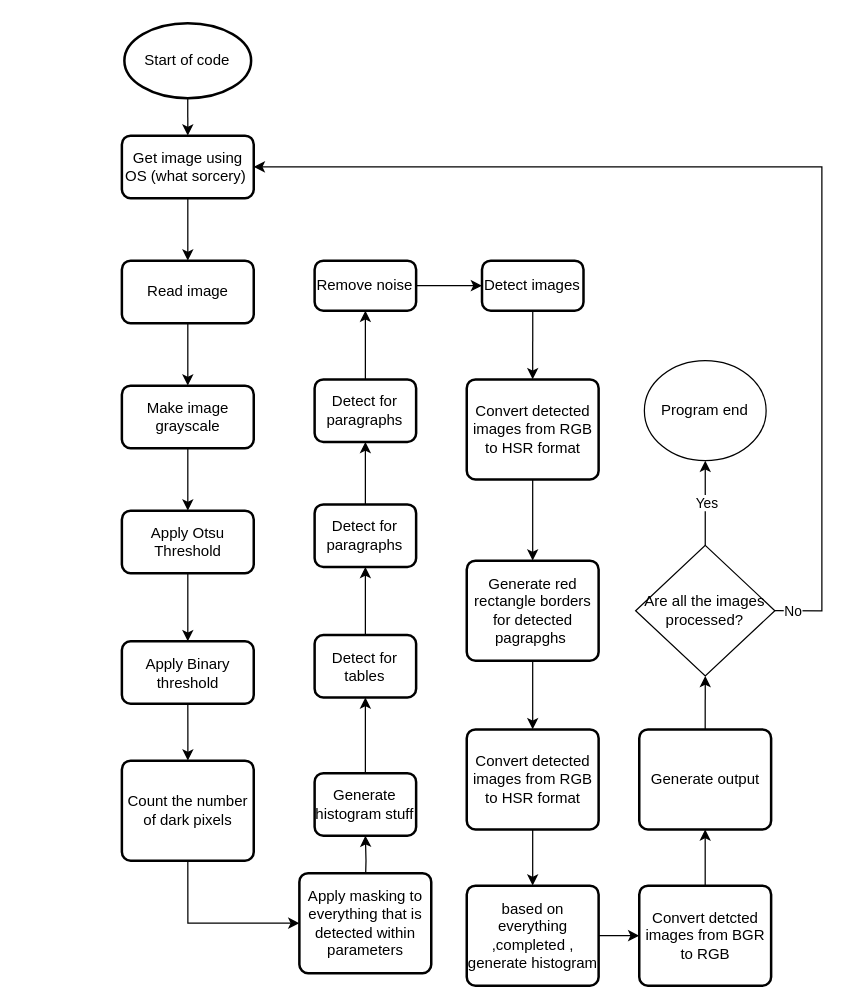
The draw.io diagram task_b/flowchart_for_code.drawio in l4n1skyy/DIP_CW1, before the edit. Source tidied: cells renumbered, new cells numbered last; positions are measured from the earlier drawing's top-left corner, leaving out a move shared by most shapes. Both pictures are drawn from the tidied source at 125%, with x=0, y=0 at pixel (121, 22).
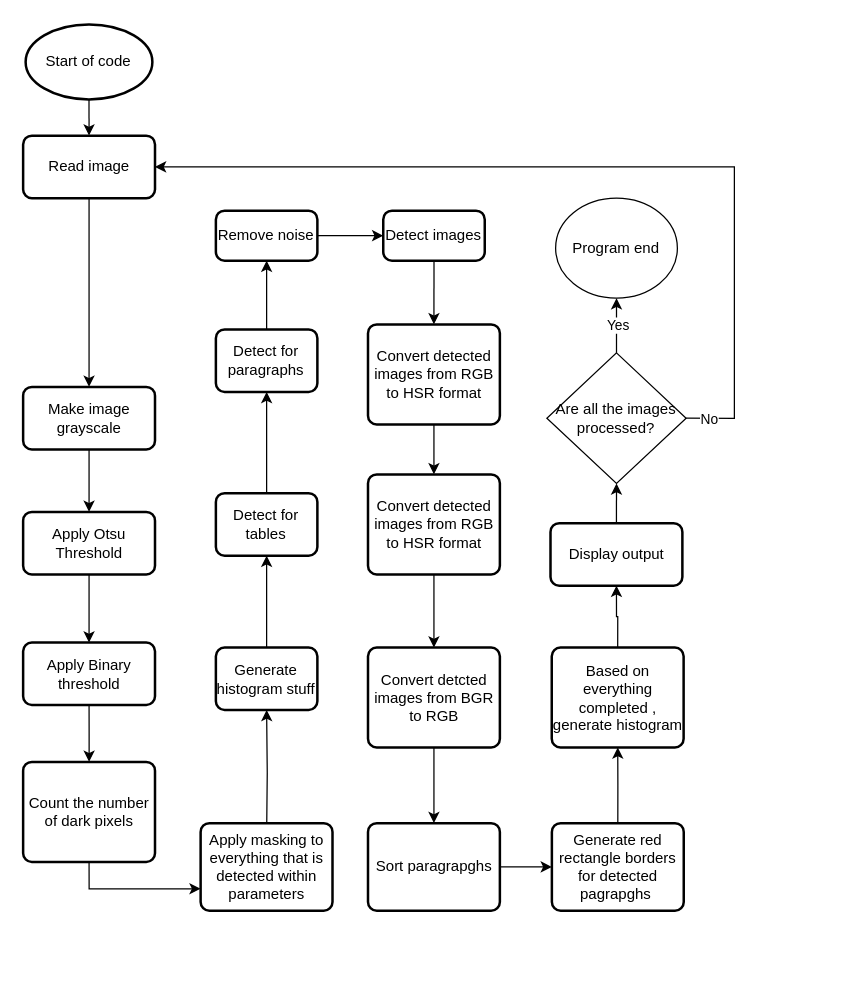
The same diagram, later.

Commit message (it also covers changes not shown here):
this should be the final debugging, sequence corrected

The edit, as a diff of the source:
```diff
@@
-    <mxCell id="2" style="group;" parent="1" vertex="1">
-      <mxGeometry width="560" height="770" as="geometry" />
-    </mxCell>
+    <mxCell id="49" style="edgeStyle=orthogonalEdgeStyle;rounded=0;jettySize=auto;html=1;exitX=0.5;exitY=1;exitDx=0;exitDy=0;exitPerimeter=0;entryX=0.5;entryY=0;entryDx=0;entryDy=0;" parent="1" edge="1" source="3" target="9">
+      <mxGeometry relative="1" as="geometry" />
+    </mxCell>
-    <mxCell id="3" value="Start of code" style="strokeWidth=2;html=1;shape=mxgraph.flowchart.start_1;whiteSpace=wrap;" parent="2" vertex="1">
-      <mxGeometry x="2" width="101.4" height="60" as="geometry" />
+    <mxCell id="3" value="Start of code" style="strokeWidth=2;html=1;shape=mxgraph.flowchart.start_1;whiteSpace=wrap;" parent="1" vertex="1">
+      <mxGeometry x="-77" y="1" width="101.4" height="60" as="geometry" />
     </mxCell>
-    <mxCell id="4" value="Get image using OS (what sorcery)&amp;nbsp;" style="rounded=1;whiteSpace=wrap;html=1;absoluteArcSize=1;arcSize=14;strokeWidth=2;" parent="2" vertex="1">
-      <mxGeometry y="90" width="105.5" height="50" as="geometry" />
-    </mxCell>
-    <mxCell id="5" style="edgeStyle=orthogonalEdgeStyle;rounded=0;jettySize=auto;html=1;exitX=0.5;exitY=1;exitDx=0;exitDy=0;exitPerimeter=0;entryX=0.5;entryY=0;entryDx=0;entryDy=0;" parent="2" edge="1" source="3" target="4">
-      <mxGeometry relative="1" as="geometry" />
-    </mxCell>
-    <mxCell id="6" value="Apply Otsu Threshold" style="rounded=1;whiteSpace=wrap;html=1;absoluteArcSize=1;arcSize=14;strokeWidth=2;" parent="2" vertex="1">
-      <mxGeometry y="390" width="105.5" height="50" as="geometry" />
+    <mxCell id="6" value="Apply Otsu Threshold" style="rounded=1;whiteSpace=wrap;html=1;absoluteArcSize=1;arcSize=14;strokeWidth=2;" parent="1" vertex="1">
+      <mxGeometry x="-79" y="391" width="105.5" height="50" as="geometry" />
     </mxCell>
-    <mxCell id="7" value="Apply Binary threshold" style="rounded=1;whiteSpace=wrap;html=1;absoluteArcSize=1;arcSize=14;strokeWidth=2;" parent="2" vertex="1">
-      <mxGeometry y="494.5" width="105.5" height="50" as="geometry" />
+    <mxCell id="7" value="Apply Binary threshold" style="rounded=1;whiteSpace=wrap;html=1;absoluteArcSize=1;arcSize=14;strokeWidth=2;" parent="1" vertex="1">
+      <mxGeometry x="-79" y="495.5" width="105.5" height="50" as="geometry" />
     </mxCell>
-    <mxCell id="8" style="edgeStyle=orthogonalEdgeStyle;rounded=0;jettySize=auto;html=1;exitX=0.5;exitY=1;exitDx=0;exitDy=0;entryX=0.5;entryY=0;entryDx=0;entryDy=0;" parent="2" edge="1" source="6" target="7">
+    <mxCell id="8" style="edgeStyle=orthogonalEdgeStyle;rounded=0;jettySize=auto;html=1;exitX=0.5;exitY=1;exitDx=0;exitDy=0;entryX=0.5;entryY=0;entryDx=0;entryDy=0;" parent="1" edge="1" source="6" target="7">
       <mxGeometry relative="1" as="geometry" />
     </mxCell>
-    <mxCell id="9" value="Read image" style="rounded=1;whiteSpace=wrap;html=1;absoluteArcSize=1;arcSize=14;strokeWidth=2;" parent="2" vertex="1">
-      <mxGeometry y="190" width="105.5" height="50" as="geometry" />
+    <mxCell id="9" value="Read image" style="rounded=1;whiteSpace=wrap;html=1;absoluteArcSize=1;arcSize=14;strokeWidth=2;" parent="1" vertex="1">
+      <mxGeometry x="-79" y="90" width="105.5" height="50" as="geometry" />
     </mxCell>
-    <mxCell id="10" style="edgeStyle=orthogonalEdgeStyle;rounded=0;jettySize=auto;html=1;exitX=0.5;exitY=1;exitDx=0;exitDy=0;entryX=0.5;entryY=0;entryDx=0;entryDy=0;" parent="2" edge="1" source="4" target="9">
-      <mxGeometry relative="1" as="geometry" />
-    </mxCell>
-    <mxCell id="11" style="edgeStyle=orthogonalEdgeStyle;rounded=0;jettySize=auto;html=1;exitX=0.5;exitY=1;exitDx=0;exitDy=0;entryX=0.5;entryY=0;entryDx=0;entryDy=0;" parent="2" edge="1" source="12" target="6">
+    <mxCell id="11" style="edgeStyle=orthogonalEdgeStyle;rounded=0;jettySize=auto;html=1;exitX=0.5;exitY=1;exitDx=0;exitDy=0;entryX=0.5;entryY=0;entryDx=0;entryDy=0;" parent="1" edge="1" source="12" target="6">
       <mxGeometry relative="1" as="geometry" />
     </mxCell>
-    <mxCell id="12" value="Make image grayscale" style="rounded=1;whiteSpace=wrap;html=1;absoluteArcSize=1;arcSize=14;strokeWidth=2;" parent="2" vertex="1">
-      <mxGeometry y="290" width="105.5" height="50" as="geometry" />
+    <mxCell id="12" value="Make image grayscale" style="rounded=1;whiteSpace=wrap;html=1;absoluteArcSize=1;arcSize=14;strokeWidth=2;" parent="1" vertex="1">
+      <mxGeometry x="-79" y="291" width="105.5" height="50" as="geometry" />
     </mxCell>
-    <mxCell id="13" style="edgeStyle=orthogonalEdgeStyle;rounded=0;jettySize=auto;html=1;exitX=0.5;exitY=1;exitDx=0;exitDy=0;entryX=0.5;entryY=0;entryDx=0;entryDy=0;" parent="2" edge="1" source="9" target="12">
+    <mxCell id="13" style="edgeStyle=orthogonalEdgeStyle;rounded=0;jettySize=auto;html=1;exitX=0.5;exitY=1;exitDx=0;exitDy=0;entryX=0.5;entryY=0;entryDx=0;entryDy=0;" parent="1" edge="1" source="9" target="12">
       <mxGeometry relative="1" as="geometry" />
     </mxCell>
-    <mxCell id="14" value="Generate histogram stuff" style="rounded=1;whiteSpace=wrap;html=1;absoluteArcSize=1;arcSize=14;strokeWidth=2;" parent="2" vertex="1">
-      <mxGeometry x="154.2" y="600" width="81.2" height="50" as="geometry" />
+    <mxCell id="14" value="Generate histogram stuff" style="rounded=1;whiteSpace=wrap;html=1;absoluteArcSize=1;arcSize=14;strokeWidth=2;" parent="1" vertex="1">
+      <mxGeometry x="75.2" y="499.5" width="81.2" height="50" as="geometry" />
     </mxCell>
+    <mxCell id="50" style="edgeStyle=orthogonalEdgeStyle;rounded=0;jettySize=auto;html=1;exitX=0.5;exitY=0;exitDx=0;exitDy=0;entryX=0.5;entryY=1;entryDx=0;entryDy=0;" parent="1" edge="1" source="15" target="19">
+      <mxGeometry relative="1" as="geometry" />
+    </mxCell>
-    <mxCell id="15" value="Detect for tables" style="rounded=1;whiteSpace=wrap;html=1;absoluteArcSize=1;arcSize=14;strokeWidth=2;" parent="2" vertex="1">
-      <mxGeometry x="154.2" y="489.5" width="81.2" height="50" as="geometry" />
+    <mxCell id="15" value="Detect for tables" style="rounded=1;whiteSpace=wrap;html=1;absoluteArcSize=1;arcSize=14;strokeWidth=2;" parent="1" vertex="1">
+      <mxGeometry x="75.2" y="376" width="81.2" height="50" as="geometry" />
     </mxCell>
-    <mxCell id="16" style="edgeStyle=orthogonalEdgeStyle;rounded=0;jettySize=auto;html=1;exitX=0.5;exitY=0;exitDx=0;exitDy=0;entryX=0.5;entryY=1;entryDx=0;entryDy=0;" parent="2" edge="1" source="14" target="15">
+    <mxCell id="16" style="edgeStyle=orthogonalEdgeStyle;rounded=0;jettySize=auto;html=1;exitX=0.5;exitY=0;exitDx=0;exitDy=0;entryX=0.5;entryY=1;entryDx=0;entryDy=0;" parent="1" edge="1" source="14" target="15">
       <mxGeometry relative="1" as="geometry" />
     </mxCell>
-    <mxCell id="17" value="Detect for paragraphs" style="rounded=1;whiteSpace=wrap;html=1;absoluteArcSize=1;arcSize=14;strokeWidth=2;" parent="2" vertex="1">
-      <mxGeometry x="154.2" y="385" width="81.2" height="50" as="geometry" />
-    </mxCell>
-    <mxCell id="18" style="edgeStyle=orthogonalEdgeStyle;rounded=0;jettySize=auto;html=1;exitX=0.5;exitY=0;exitDx=0;exitDy=0;entryX=0.5;entryY=1;entryDx=0;entryDy=0;" parent="2" edge="1" source="15" target="17">
-      <mxGeometry relative="1" as="geometry" />
-    </mxCell>
-    <mxCell id="19" value="Detect for paragraphs" style="rounded=1;whiteSpace=wrap;html=1;absoluteArcSize=1;arcSize=14;strokeWidth=2;" parent="2" vertex="1">
-      <mxGeometry x="154.2" y="285" width="81.2" height="50" as="geometry" />
+    <mxCell id="19" value="Detect for paragraphs" style="rounded=1;whiteSpace=wrap;html=1;absoluteArcSize=1;arcSize=14;strokeWidth=2;" parent="1" vertex="1">
+      <mxGeometry x="75.2" y="245" width="81.2" height="50" as="geometry" />
     </mxCell>
-    <mxCell id="20" style="edgeStyle=orthogonalEdgeStyle;rounded=0;jettySize=auto;html=1;exitX=0.5;exitY=0;exitDx=0;exitDy=0;entryX=0.5;entryY=1;entryDx=0;entryDy=0;" parent="2" edge="1" source="17" target="19">
-      <mxGeometry relative="1" as="geometry" />
-    </mxCell>
-    <mxCell id="21" style="edgeStyle=orthogonalEdgeStyle;rounded=0;jettySize=auto;html=1;exitX=0.5;exitY=0;exitDx=0;exitDy=0;entryX=0.5;entryY=1;entryDx=0;entryDy=0;" parent="2" edge="1" target="14">
+    <mxCell id="21" style="edgeStyle=orthogonalEdgeStyle;rounded=0;jettySize=auto;html=1;exitX=0.5;exitY=0;exitDx=0;exitDy=0;entryX=0.5;entryY=1;entryDx=0;entryDy=0;" parent="1" edge="1" target="14">
       <mxGeometry relative="1" as="geometry">
-        <mxPoint x="194.8" y="690" as="sourcePoint" />
+        <mxPoint x="115.8" y="650" as="sourcePoint" />
       </mxGeometry>
     </mxCell>
-    <mxCell id="22" value="Apply masking to everything that is detected within parameters" style="rounded=1;whiteSpace=wrap;html=1;absoluteArcSize=1;arcSize=14;strokeWidth=2;" parent="2" vertex="1">
-      <mxGeometry x="142" y="680" width="105.5" height="80" as="geometry" />
+    <mxCell id="22" value="Apply masking to everything that is detected within parameters" style="rounded=1;whiteSpace=wrap;html=1;absoluteArcSize=1;arcSize=14;strokeWidth=2;" parent="1" vertex="1">
+      <mxGeometry x="63" y="640" width="105.5" height="70" as="geometry" />
     </mxCell>
-    <mxCell id="23" value="Remove noise" style="rounded=1;whiteSpace=wrap;html=1;absoluteArcSize=1;arcSize=14;strokeWidth=2;" parent="2" vertex="1">
-      <mxGeometry x="154.2" y="190" width="81.2" height="40" as="geometry" />
+    <mxCell id="23" value="Remove noise" style="rounded=1;whiteSpace=wrap;html=1;absoluteArcSize=1;arcSize=14;strokeWidth=2;" parent="1" vertex="1">
+      <mxGeometry x="75.2" y="150" width="81.2" height="40" as="geometry" />
     </mxCell>
-    <mxCell id="24" style="edgeStyle=orthogonalEdgeStyle;rounded=0;jettySize=auto;html=1;exitX=0.5;exitY=0;exitDx=0;exitDy=0;entryX=0.5;entryY=1;entryDx=0;entryDy=0;" parent="2" edge="1" source="19" target="23">
+    <mxCell id="24" style="edgeStyle=orthogonalEdgeStyle;rounded=0;jettySize=auto;html=1;exitX=0.5;exitY=0;exitDx=0;exitDy=0;entryX=0.5;entryY=1;entryDx=0;entryDy=0;" parent="1" edge="1" source="19" target="23">
       <mxGeometry relative="1" as="geometry" />
     </mxCell>
-    <mxCell id="25" value="Detect images" style="rounded=1;whiteSpace=wrap;html=1;absoluteArcSize=1;arcSize=14;strokeWidth=2;" parent="2" vertex="1">
-      <mxGeometry x="288.1" y="190" width="81.2" height="40" as="geometry" />
+    <mxCell id="25" value="Detect images" style="rounded=1;whiteSpace=wrap;html=1;absoluteArcSize=1;arcSize=14;strokeWidth=2;" parent="1" vertex="1">
+      <mxGeometry x="209.1" y="150" width="81.2" height="40" as="geometry" />
     </mxCell>
-    <mxCell id="26" style="edgeStyle=orthogonalEdgeStyle;rounded=0;jettySize=auto;html=1;exitX=1;exitY=0.5;exitDx=0;exitDy=0;entryX=0;entryY=0.5;entryDx=0;entryDy=0;" parent="2" edge="1" source="23" target="25">
+    <mxCell id="26" style="edgeStyle=orthogonalEdgeStyle;rounded=0;jettySize=auto;html=1;exitX=1;exitY=0.5;exitDx=0;exitDy=0;entryX=0;entryY=0.5;entryDx=0;entryDy=0;" parent="1" edge="1" source="23" target="25">
       <mxGeometry relative="1" as="geometry" />
     </mxCell>
+    <mxCell id="51" style="edgeStyle=orthogonalEdgeStyle;rounded=0;jettySize=auto;html=1;exitX=0.5;exitY=1;exitDx=0;exitDy=0;entryX=0.5;entryY=0;entryDx=0;entryDy=0;" parent="1" edge="1" source="27" target="35">
+      <mxGeometry relative="1" as="geometry" />
+    </mxCell>
-    <mxCell id="27" value="Convert detcted images from BGR to RGB" style="rounded=1;whiteSpace=wrap;html=1;absoluteArcSize=1;arcSize=14;strokeWidth=2;" parent="2" vertex="1">
-      <mxGeometry x="413.9" y="690" width="105.5" height="80" as="geometry" />
+    <mxCell id="27" value="Convert detcted images from BGR to RGB" style="rounded=1;whiteSpace=wrap;html=1;absoluteArcSize=1;arcSize=14;strokeWidth=2;" parent="1" vertex="1">
+      <mxGeometry x="196.9" y="499.5" width="105.5" height="80" as="geometry" />
     </mxCell>
+    <mxCell id="52" style="edgeStyle=orthogonalEdgeStyle;rounded=0;jettySize=auto;html=1;exitX=0.5;exitY=1;exitDx=0;exitDy=0;entryX=0.5;entryY=0;entryDx=0;entryDy=0;" parent="1" edge="1" source="28" target="30">
+      <mxGeometry relative="1" as="geometry" />
+    </mxCell>
-    <mxCell id="28" value="Convert detected images from RGB to HSR format" style="rounded=1;whiteSpace=wrap;html=1;absoluteArcSize=1;arcSize=14;strokeWidth=2;" parent="2" vertex="1">
-      <mxGeometry x="275.9" y="285" width="105.5" height="80" as="geometry" />
+    <mxCell id="28" value="Convert detected images from RGB to HSR format" style="rounded=1;whiteSpace=wrap;html=1;absoluteArcSize=1;arcSize=14;strokeWidth=2;" parent="1" vertex="1">
+      <mxGeometry x="196.9" y="241" width="105.5" height="80" as="geometry" />
     </mxCell>
-    <mxCell id="29" style="edgeStyle=orthogonalEdgeStyle;rounded=0;jettySize=auto;html=1;exitX=0.5;exitY=1;exitDx=0;exitDy=0;entryX=0.5;entryY=0;entryDx=0;entryDy=0;" parent="2" edge="1" source="25" target="28">
+    <mxCell id="29" style="edgeStyle=orthogonalEdgeStyle;rounded=0;jettySize=auto;html=1;exitX=0.5;exitY=1;exitDx=0;exitDy=0;entryX=0.5;entryY=0;entryDx=0;entryDy=0;" parent="1" edge="1" source="25" target="28">
       <mxGeometry relative="1" as="geometry" />
     </mxCell>
+    <mxCell id="53" style="edgeStyle=orthogonalEdgeStyle;rounded=0;jettySize=auto;html=1;exitX=0.5;exitY=1;exitDx=0;exitDy=0;entryX=0.5;entryY=0;entryDx=0;entryDy=0;" parent="1" edge="1" source="30" target="27">
+      <mxGeometry relative="1" as="geometry" />
+    </mxCell>
-    <mxCell id="30" value="Convert detected images from RGB to HSR format" style="rounded=1;whiteSpace=wrap;html=1;absoluteArcSize=1;arcSize=14;strokeWidth=2;" parent="2" vertex="1">
-      <mxGeometry x="275.9" y="565" width="105.5" height="80" as="geometry" />
+    <mxCell id="30" value="Convert detected images from RGB to HSR format" style="rounded=1;whiteSpace=wrap;html=1;absoluteArcSize=1;arcSize=14;strokeWidth=2;" parent="1" vertex="1">
+      <mxGeometry x="196.9" y="361" width="105.5" height="80" as="geometry" />
     </mxCell>
-    <mxCell id="31" style="edgeStyle=orthogonalEdgeStyle;rounded=0;jettySize=auto;html=1;exitX=1;exitY=0.5;exitDx=0;exitDy=0;entryX=0;entryY=0.5;entryDx=0;entryDy=0;" parent="2" edge="1" source="32" target="27">
-      <mxGeometry relative="1" as="geometry" />
-    </mxCell>
+    <mxCell id="54" style="edgeStyle=orthogonalEdgeStyle;rounded=0;jettySize=auto;html=1;exitX=0.5;exitY=0;exitDx=0;exitDy=0;entryX=0.5;entryY=1;entryDx=0;entryDy=0;" parent="1" edge="1" source="32" target="37">
+      <mxGeometry relative="1" as="geometry" />
+    </mxCell>
-    <mxCell id="32" value="based on everything ,completed , generate histogram" style="rounded=1;whiteSpace=wrap;html=1;absoluteArcSize=1;arcSize=14;strokeWidth=2;" parent="2" vertex="1">
-      <mxGeometry x="275.9" y="690" width="105.5" height="80" as="geometry" />
+    <mxCell id="32" value="Based on everything completed , generate histogram" style="rounded=1;whiteSpace=wrap;html=1;absoluteArcSize=1;arcSize=14;strokeWidth=2;" parent="1" vertex="1">
+      <mxGeometry x="343.9" y="499.5" width="105.5" height="80" as="geometry" />
     </mxCell>
-    <mxCell id="33" style="edgeStyle=orthogonalEdgeStyle;rounded=0;jettySize=auto;html=1;exitX=0.5;exitY=1;exitDx=0;exitDy=0;entryX=0.5;entryY=0;entryDx=0;entryDy=0;" parent="2" edge="1" source="30" target="32">
-      <mxGeometry relative="1" as="geometry" />
-    </mxCell>
-    <mxCell id="34" style="edgeStyle=orthogonalEdgeStyle;rounded=0;jettySize=auto;html=1;exitX=0.5;exitY=1;exitDx=0;exitDy=0;entryX=0.5;entryY=0;entryDx=0;entryDy=0;" parent="2" edge="1" source="35" target="30">
-      <mxGeometry relative="1" as="geometry" />
-    </mxCell>
+    <mxCell id="55" style="edgeStyle=orthogonalEdgeStyle;rounded=0;jettySize=auto;html=1;exitX=1;exitY=0.5;exitDx=0;exitDy=0;entryX=0;entryY=0.5;entryDx=0;entryDy=0;" parent="1" edge="1" source="35" target="58">
+      <mxGeometry relative="1" as="geometry" />
+    </mxCell>
-    <mxCell id="35" value="Generate red rectangle borders for detected pagrapghs&amp;nbsp;" style="rounded=1;whiteSpace=wrap;html=1;absoluteArcSize=1;arcSize=14;strokeWidth=2;" parent="2" vertex="1">
-      <mxGeometry x="275.9" y="430" width="105.5" height="80" as="geometry" />
+    <mxCell id="35" value="Sort paragrapghs" style="rounded=1;whiteSpace=wrap;html=1;absoluteArcSize=1;arcSize=14;strokeWidth=2;" parent="1" vertex="1">
+      <mxGeometry x="196.9" y="640" width="105.5" height="70" as="geometry" />
     </mxCell>
-    <mxCell id="36" style="edgeStyle=orthogonalEdgeStyle;rounded=0;jettySize=auto;html=1;exitX=0.5;exitY=1;exitDx=0;exitDy=0;entryX=0.5;entryY=0;entryDx=0;entryDy=0;" parent="2" edge="1" source="28" target="35">
-      <mxGeometry relative="1" as="geometry" />
-    </mxCell>
-    <mxCell id="37" value="Generate output" style="rounded=1;whiteSpace=wrap;html=1;absoluteArcSize=1;arcSize=14;strokeWidth=2;" parent="2" vertex="1">
-      <mxGeometry x="413.9" y="565" width="105.5" height="80" as="geometry" />
+    <mxCell id="37" value="Display output" style="rounded=1;whiteSpace=wrap;html=1;absoluteArcSize=1;arcSize=14;strokeWidth=2;" parent="1" vertex="1">
+      <mxGeometry x="342.9" y="400" width="105.5" height="50" as="geometry" />
     </mxCell>
-    <mxCell id="38" style="edgeStyle=orthogonalEdgeStyle;rounded=0;jettySize=auto;html=1;exitX=0.5;exitY=0;exitDx=0;exitDy=0;entryX=0.5;entryY=1;entryDx=0;entryDy=0;" parent="2" edge="1" source="27" target="37">
-      <mxGeometry relative="1" as="geometry" />
-    </mxCell>
-    <mxCell id="39" value="Program end" style="ellipse;whiteSpace=wrap;html=1;" parent="2" vertex="1">
-      <mxGeometry x="418" y="270" width="97.4" height="80" as="geometry" />
+    <mxCell id="39" value="Program end" style="ellipse;whiteSpace=wrap;html=1;" parent="1" vertex="1">
+      <mxGeometry x="347" y="140" width="97.4" height="80" as="geometry" />
     </mxCell>
-    <mxCell id="40" style="edgeStyle=orthogonalEdgeStyle;rounded=0;jettySize=auto;html=1;exitX=0.5;exitY=1;exitDx=0;exitDy=0;entryX=0;entryY=0.5;entryDx=0;entryDy=0;" parent="2" edge="1" source="41" target="22">
+    <mxCell id="40" style="edgeStyle=orthogonalEdgeStyle;rounded=0;jettySize=auto;html=1;exitX=0.5;exitY=1;exitDx=0;exitDy=0;entryX=0;entryY=0.75;entryDx=0;entryDy=0;" parent="1" edge="1" source="41" target="22">
       <mxGeometry relative="1" as="geometry" />
     </mxCell>
-    <mxCell id="41" value="Count the number of dark pixels" style="rounded=1;whiteSpace=wrap;html=1;absoluteArcSize=1;arcSize=14;strokeWidth=2;" parent="2" vertex="1">
-      <mxGeometry y="590" width="105.5" height="80" as="geometry" />
+    <mxCell id="41" value="Count the number of dark pixels" style="rounded=1;whiteSpace=wrap;html=1;absoluteArcSize=1;arcSize=14;strokeWidth=2;" parent="1" vertex="1">
+      <mxGeometry x="-79" y="591" width="105.5" height="80" as="geometry" />
     </mxCell>
-    <mxCell id="42" style="edgeStyle=orthogonalEdgeStyle;rounded=0;jettySize=auto;html=1;exitX=0.5;exitY=1;exitDx=0;exitDy=0;" parent="2" edge="1" source="7" target="41">
+    <mxCell id="42" style="edgeStyle=orthogonalEdgeStyle;rounded=0;jettySize=auto;html=1;exitX=0.5;exitY=1;exitDx=0;exitDy=0;" parent="1" edge="1" source="7" target="41">
       <mxGeometry relative="1" as="geometry" />
     </mxCell>
-    <mxCell id="43" style="edgeStyle=orthogonalEdgeStyle;rounded=0;jettySize=auto;html=1;exitX=0.5;exitY=0;exitDx=0;exitDy=0;entryX=0.5;entryY=1;entryDx=0;entryDy=0;" parent="2" edge="1" source="47" target="39">
+    <mxCell id="43" style="edgeStyle=orthogonalEdgeStyle;rounded=0;jettySize=auto;html=1;exitX=0.5;exitY=0;exitDx=0;exitDy=0;entryX=0.5;entryY=1;entryDx=0;entryDy=0;" parent="1" edge="1" source="47" target="39">
       <mxGeometry relative="1" as="geometry" />
     </mxCell>
@@
-    <mxCell id="45" style="edgeStyle=orthogonalEdgeStyle;rounded=0;jettySize=auto;html=1;exitX=1;exitY=0.5;exitDx=0;exitDy=0;entryX=1;entryY=0.5;entryDx=0;entryDy=0;" parent="2" edge="1" source="47" target="4">
-      <mxGeometry relative="1" as="geometry">
-        <Array as="points">
-          <mxPoint x="560" y="470" />
-          <mxPoint x="560" y="115" />
-        </Array>
-      </mxGeometry>
-    </mxCell>
+    <mxCell id="56" style="edgeStyle=orthogonalEdgeStyle;rounded=0;jettySize=auto;html=1;exitX=1;exitY=0.5;exitDx=0;exitDy=0;entryX=1;entryY=0.5;entryDx=0;entryDy=0;" parent="1" edge="1" source="47" target="9">
+      <mxGeometry relative="1" as="geometry">
+        <Array as="points">
+          <mxPoint x="490" y="316" />
+          <mxPoint x="490" y="115" />
+        </Array>
+      </mxGeometry>
+    </mxCell>
-    <mxCell id="46" value="No" style="edgeLabel;html=1;align=center;verticalAlign=middle;" parent="45" vertex="1">
-      <mxGeometry x="-0.95" relative="1" as="geometry">
-        <mxPoint x="-7" as="offset" />
-      </mxGeometry>
+    <mxCell id="46" value="No" style="edgeLabel;html=1;align=center;verticalAlign=middle;" parent="56" vertex="1">
+      <mxGeometry x="-0.95" relative="1" as="geometry" />
     </mxCell>
-    <mxCell id="47" value="Are all the images processed?" style="rhombus;whiteSpace=wrap;html=1;" parent="2" vertex="1">
-      <mxGeometry x="411" y="417.8" width="111.4" height="104.5" as="geometry" />
+    <mxCell id="47" value="Are all the images processed?" style="rhombus;whiteSpace=wrap;html=1;" parent="1" vertex="1">
+      <mxGeometry x="340" y="263.8" width="111.4" height="104.5" as="geometry" />
     </mxCell>
-    <mxCell id="48" style="edgeStyle=orthogonalEdgeStyle;rounded=0;jettySize=auto;html=1;exitX=0.5;exitY=0;exitDx=0;exitDy=0;entryX=0.5;entryY=1;entryDx=0;entryDy=0;" parent="2" edge="1" source="37" target="47">
+    <mxCell id="48" style="edgeStyle=orthogonalEdgeStyle;rounded=0;jettySize=auto;html=1;exitX=0.5;exitY=0;exitDx=0;exitDy=0;entryX=0.5;entryY=1;entryDx=0;entryDy=0;" parent="1" edge="1" source="37" target="47">
       <mxGeometry relative="1" as="geometry" />
     </mxCell>
+    <mxCell id="57" style="edgeStyle=orthogonalEdgeStyle;rounded=0;jettySize=auto;html=1;exitX=0.5;exitY=0;exitDx=0;exitDy=0;" parent="1" edge="1" source="58" target="32">
+      <mxGeometry relative="1" as="geometry" />
+    </mxCell>
+    <mxCell id="58" value="Generate red rectangle borders for detected pagrapghs&amp;nbsp;" style="rounded=1;whiteSpace=wrap;html=1;absoluteArcSize=1;arcSize=14;strokeWidth=2;" parent="1" vertex="1">
+      <mxGeometry x="344" y="640" width="105.5" height="70" as="geometry" />
+    </mxCell>
```
